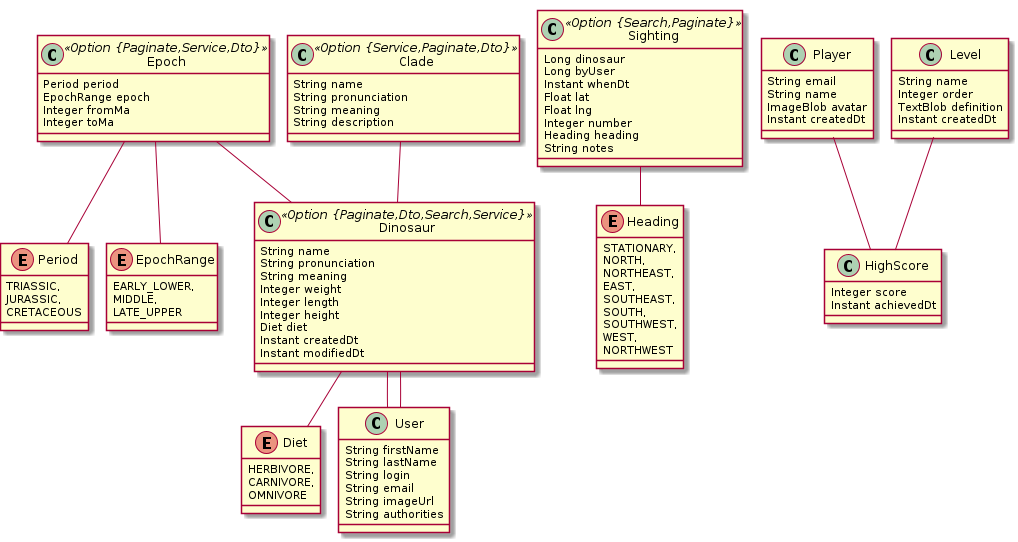
Before: jhipster-microservice-dinosaurs.png, a diagram exported from PlantUML (RatJuggler/jhipster-jdl).
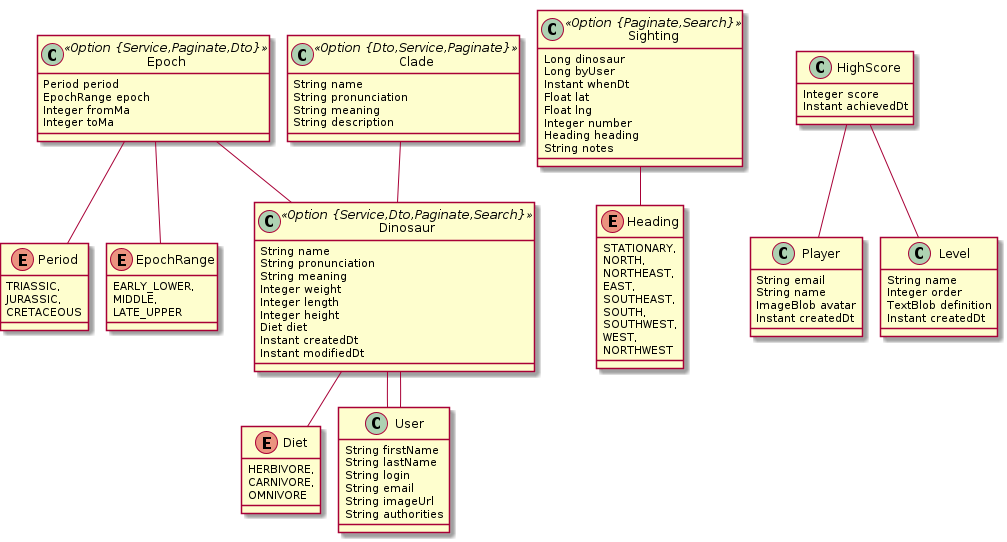
After the commit.

Commit message:
Correct HighScore relationships.

Change to the diagram source:
```diff
@@ -11,7 +11,7 @@
 		MIDDLE,
 		LATE_UPPER
 	}
-	class Epoch <<Option {Paginate,Service,Dto}>> {
+	class Epoch <<Option {Service,Paginate,Dto}>> {
 		Period period
 		EpochRange epoch
 		Integer fromMa
@@ -19,7 +19,7 @@
 	}
 	Epoch ..> Period
 	Epoch ..> EpochRange
-	class Clade <<Option {Service,Paginate,Dto}>> {
+	class Clade <<Option {Dto,Service,Paginate}>> {
 		String name
 		String pronunciation
 		String meaning
@@ -30,7 +30,7 @@
 		CARNIVORE,
 		OMNIVORE
 	}
-	class Dinosaur <<Option {Paginate,Dto,Search,Service}>> {
+	class Dinosaur <<Option {Service,Dto,Paginate,Search}>> {
 		String name
 		String pronunciation
 		String meaning
@@ -57,7 +57,7 @@
 		WEST,
 		NORTHWEST
 	}
-	class Sighting <<Option {Search,Paginate}>> {
+	class Sighting <<Option {Paginate,Search}>> {
 		Long dinosaur
 		Long byUser
 		Instant whenDt
@@ -84,8 +84,8 @@
 		Integer score
 		Instant achievedDt
 	}
-	Player  "0..1 " -- "player 0..1 "  HighScore
-	Level  "0..1 " -- "level 0..1 "  HighScore
+	HighScore  "player 0..1 " -- "0..1 "  Player
+	HighScore  "level 0..1 " -- "0..1 "  Level
 	class User  {
 		String firstName
 		String lastName
```
